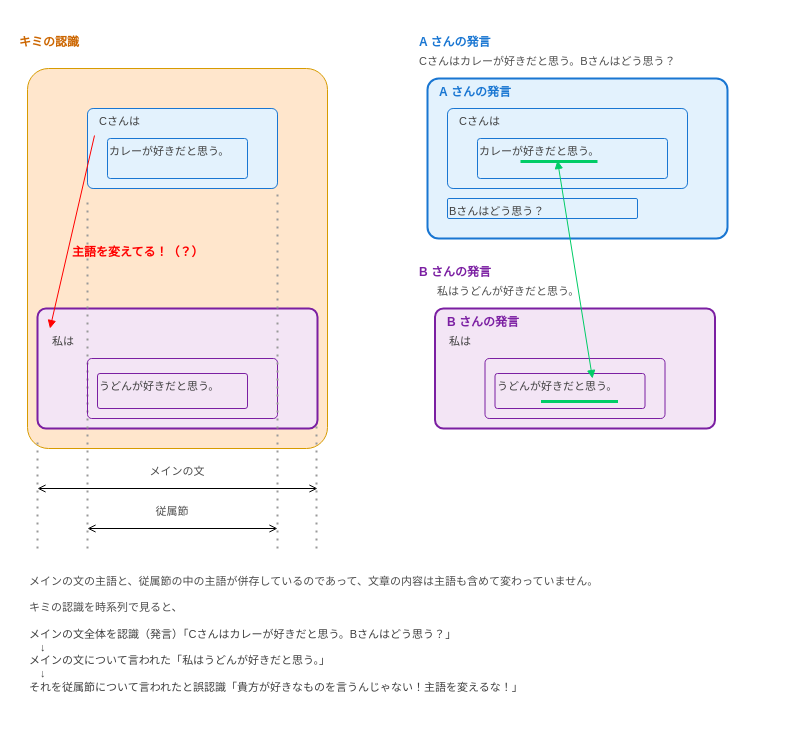
The draw.io diagram X-conversation/swordone/files/subject_changed.drawio in Takakiriy/documents, before the edit. Source tidied: cells renumbered, new cells numbered last; positions are measured from the earlier drawing's top-left corner, leaving out a move shared by most shapes. Both pictures are drawn from the tidied source at 100%, with x=0, y=0 at pixel (17, 18).
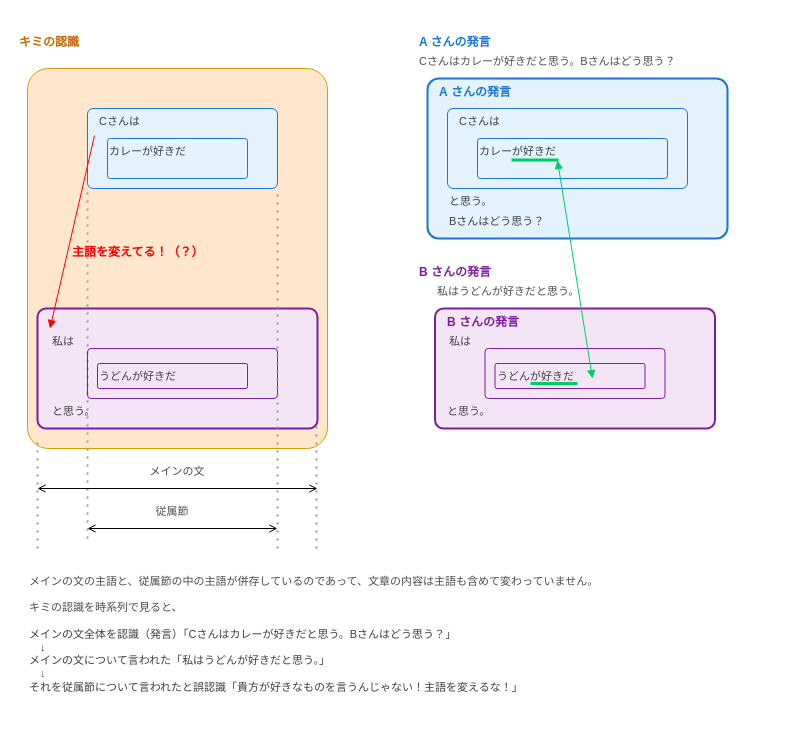
Above is the later version.

Change to the diagram source:
```diff
@@
     <mxCell id="4" style="endArrow=none;dashed=1;html=1;dashPattern=1 3;strokeWidth=2;strokeColor=#999999;" parent="1" edge="1">
       <mxGeometry relative="1" as="geometry">
-        <mxPoint x="70" y="530" as="sourcePoint" />
-        <mxPoint x="70" y="180" as="targetPoint" />
+        <mxPoint x="70" y="520" as="sourcePoint" />
+        <mxPoint x="70" y="170" as="targetPoint" />
       </mxGeometry>
     </mxCell>
@@
     <mxCell id="11" style="edgeStyle=none;html=1;" parent="1" edge="1">
       <mxGeometry relative="1" as="geometry">
-        <mxPoint x="498.3" y="190" as="sourcePoint" />
-        <mxPoint x="498.3" y="190" as="targetPoint" />
+        <mxPoint x="498.3" y="200" as="sourcePoint" />
+        <mxPoint x="498.3" y="200" as="targetPoint" />
       </mxGeometry>
     </mxCell>
@@
-    <mxCell id="14" value="&lt;span style=&quot;color: rgb(63, 63, 63);&quot;&gt;カレーが好きだと思う。&lt;/span&gt;" style="text;html=1;strokeColor=none;fillColor=none;align=left;verticalAlign=top;whiteSpace=wrap;rounded=0;fontSize=11;fontColor=#4D4D4D;" parent="1" vertex="1">
+    <mxCell id="14" value="&lt;span style=&quot;color: rgb(63, 63, 63);&quot;&gt;カレーが好きだ&lt;/span&gt;" style="text;html=1;strokeColor=none;fillColor=none;align=left;verticalAlign=top;whiteSpace=wrap;rounded=0;fontSize=11;fontColor=#4D4D4D;" parent="1" vertex="1">
       <mxGeometry x="460" y="120" width="180" height="40" as="geometry" />
     </mxCell>
     <mxCell id="15" value="&lt;span style=&quot;color: rgb(63, 63, 63);&quot;&gt;Bさんはどう思う？&lt;/span&gt;" style="text;html=1;strokeColor=none;fillColor=none;align=left;verticalAlign=top;whiteSpace=wrap;rounded=0;fontSize=11;fontColor=#4D4D4D;" parent="1" vertex="1">
-      <mxGeometry x="430" y="180" width="150" height="20" as="geometry" />
+      <mxGeometry x="430" y="190" width="150" height="20" as="geometry" />
     </mxCell>
     <mxCell id="16" style="rounded=1;whiteSpace=wrap;html=1;fillColor=none;strokeColor=#7B1FA2;strokeWidth=1;arcSize=7;" parent="1" vertex="1">
-      <mxGeometry x="467.5" y="340" width="180" height="60" as="geometry" />
+      <mxGeometry x="467.5" y="330" width="180" height="50" as="geometry" />
     </mxCell>
@@
     <mxCell id="19" style="rounded=1;whiteSpace=wrap;html=1;fillColor=none;strokeColor=#7B1FA2;strokeWidth=1;arcSize=7;" parent="1" vertex="1">
-      <mxGeometry x="477.5" y="355" width="150" height="35" as="geometry" />
+      <mxGeometry x="477.5" y="345" width="150" height="25" as="geometry" />
     </mxCell>
-    <mxCell id="20" value="&lt;span style=&quot;color: rgb(63, 63, 63);&quot;&gt;うどんが好きだと思う。&lt;/span&gt;" style="text;html=1;strokeColor=none;fillColor=none;align=left;verticalAlign=top;whiteSpace=wrap;rounded=0;fontSize=11;fontColor=#4D4D4D;" parent="1" vertex="1">
-      <mxGeometry x="477.5" y="355" width="140" height="20" as="geometry" />
+    <mxCell id="20" value="&lt;span style=&quot;color: rgb(63, 63, 63);&quot;&gt;うどんが好きだ&lt;/span&gt;" style="text;html=1;strokeColor=none;fillColor=none;align=left;verticalAlign=top;whiteSpace=wrap;rounded=0;fontSize=11;fontColor=#4D4D4D;" parent="1" vertex="1">
+      <mxGeometry x="477.5" y="345" width="140" height="20" as="geometry" />
     </mxCell>
@@
     <mxCell id="24" style="edgeStyle=none;html=1;fontSize=16;fontColor=#000000;strokeColor=#00CC66;endArrow=none;endFill=0;startArrow=none;startFill=0;strokeWidth=3;" parent="1" edge="1">
       <mxGeometry relative="1" as="geometry">
-        <mxPoint x="580" y="143" as="sourcePoint" />
-        <mxPoint x="503" y="143" as="targetPoint" />
+        <mxPoint x="541" y="141.5" as="sourcePoint" />
+        <mxPoint x="494" y="141.5" as="targetPoint" />
       </mxGeometry>
     </mxCell>
@@
-    <mxCell id="27" style="rounded=1;whiteSpace=wrap;html=1;fillColor=none;strokeColor=#1976D2;strokeWidth=1;arcSize=7;" parent="1" vertex="1">
-      <mxGeometry x="430" y="180" width="190" height="20" as="geometry" />
-    </mxCell>
     <mxCell id="28" style="edgeStyle=none;html=1;fontSize=16;fontColor=#000000;strokeColor=#00CC66;endArrow=none;endFill=0;startArrow=none;startFill=0;strokeWidth=3;" parent="1" edge="1">
       <mxGeometry relative="1" as="geometry">
-        <mxPoint x="600.5" y="383" as="sourcePoint" />
-        <mxPoint x="523.5" y="383" as="targetPoint" />
+        <mxPoint x="560" y="365" as="sourcePoint" />
+        <mxPoint x="513" y="365" as="targetPoint" />
       </mxGeometry>
     </mxCell>
@@
-    <mxCell id="33" value="&lt;span style=&quot;color: rgb(63, 63, 63);&quot;&gt;カレーが好きだと思う。&lt;/span&gt;" style="text;html=1;strokeColor=none;fillColor=none;align=left;verticalAlign=top;whiteSpace=wrap;rounded=0;fontSize=11;fontColor=#4D4D4D;" parent="1" vertex="1">
-      <mxGeometry x="90" y="120" width="180" height="40" as="geometry" />
+    <mxCell id="33" value="&lt;span style=&quot;color: rgb(63, 63, 63);&quot;&gt;カレーが好きだ&lt;/span&gt;" style="text;html=1;strokeColor=none;fillColor=none;align=left;verticalAlign=top;whiteSpace=wrap;rounded=0;fontSize=11;fontColor=#4D4D4D;" parent="1" vertex="1">
+      <mxGeometry x="90" y="120" width="150" height="30" as="geometry" />
     </mxCell>
     <mxCell id="34" style="rounded=1;whiteSpace=wrap;html=1;fillColor=none;strokeColor=#7B1FA2;strokeWidth=1;arcSize=7;" parent="1" vertex="1">
-      <mxGeometry x="70" y="340" width="190" height="60" as="geometry" />
+      <mxGeometry x="70" y="330" width="190" height="50" as="geometry" />
     </mxCell>
@@
     <mxCell id="36" style="rounded=1;whiteSpace=wrap;html=1;fillColor=none;strokeColor=#7B1FA2;strokeWidth=1;arcSize=7;" parent="1" vertex="1">
-      <mxGeometry x="80" y="355" width="150" height="35" as="geometry" />
+      <mxGeometry x="80" y="345" width="150" height="25" as="geometry" />
     </mxCell>
-    <mxCell id="37" value="&lt;span style=&quot;color: rgb(63, 63, 63);&quot;&gt;うどんが好きだと思う。&lt;/span&gt;" style="text;html=1;strokeColor=none;fillColor=none;align=left;verticalAlign=top;whiteSpace=wrap;rounded=0;fontSize=11;fontColor=#4D4D4D;" parent="1" vertex="1">
-      <mxGeometry x="80" y="355" width="140" height="20" as="geometry" />
+    <mxCell id="37" value="&lt;span style=&quot;color: rgb(63, 63, 63);&quot;&gt;うどんが好きだ&lt;/span&gt;" style="text;html=1;strokeColor=none;fillColor=none;align=left;verticalAlign=top;whiteSpace=wrap;rounded=0;fontSize=11;fontColor=#4D4D4D;" parent="1" vertex="1">
+      <mxGeometry x="80" y="345" width="140" height="20" as="geometry" />
     </mxCell>
@@
+    <mxCell id="48" value="&lt;span style=&quot;color: rgb(63, 63, 63);&quot;&gt;と思う。&lt;/span&gt;" style="text;html=1;strokeColor=none;fillColor=none;align=left;verticalAlign=top;whiteSpace=wrap;rounded=0;fontSize=11;fontColor=#4D4D4D;" parent="1" vertex="1">
+      <mxGeometry x="32.5" y="380" width="140" height="20" as="geometry" />
+    </mxCell>
+    <mxCell id="49" value="&lt;span style=&quot;color: rgb(63, 63, 63);&quot;&gt;と思う。&lt;/span&gt;" style="text;html=1;strokeColor=none;fillColor=none;align=left;verticalAlign=top;whiteSpace=wrap;rounded=0;fontSize=11;fontColor=#4D4D4D;" parent="1" vertex="1">
+      <mxGeometry x="430" y="170" width="180" height="30" as="geometry" />
+    </mxCell>
+    <mxCell id="50" value="&lt;span style=&quot;color: rgb(63, 63, 63);&quot;&gt;と思う。&lt;/span&gt;" style="text;html=1;strokeColor=none;fillColor=none;align=left;verticalAlign=top;whiteSpace=wrap;rounded=0;fontSize=11;fontColor=#4D4D4D;" parent="1" vertex="1">
+      <mxGeometry x="427.5" y="380" width="112.5" height="30" as="geometry" />
+    </mxCell>
```
